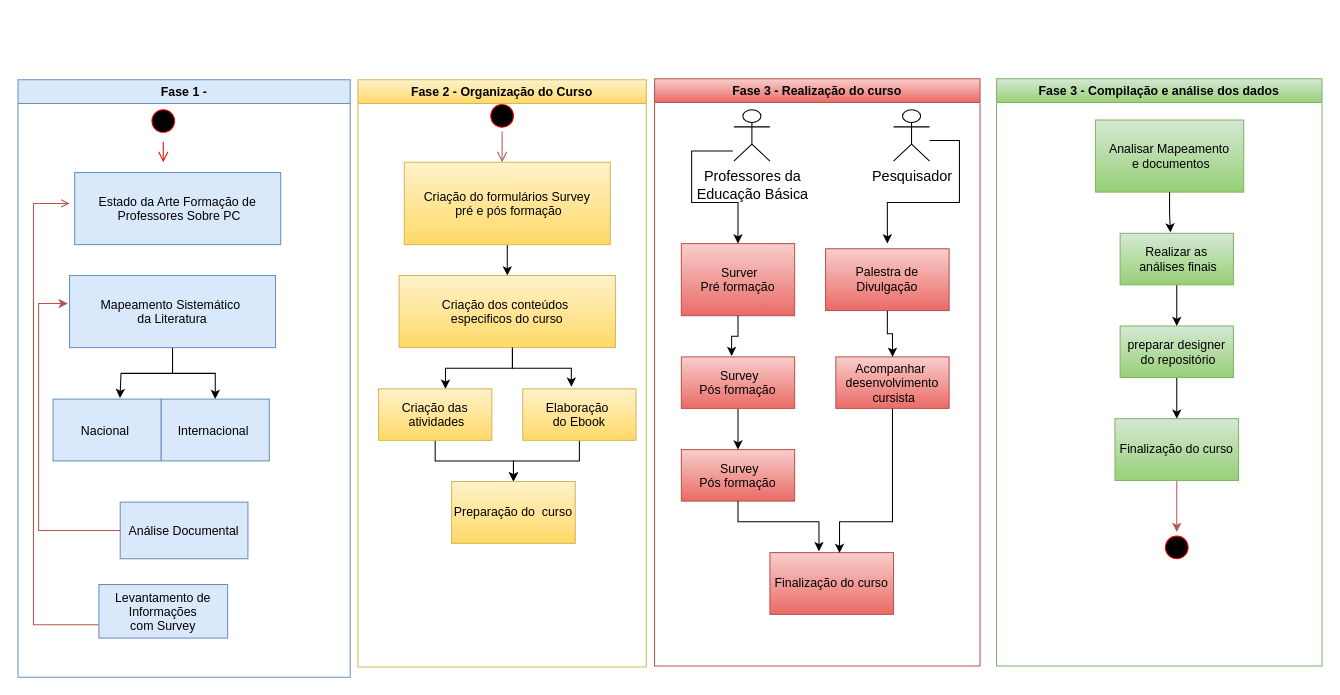
Before: Diagrama formação continuada.drawio in RosianeSangali/RosianeSangali, a draw.io diagram. Source tidied: cells renumbered, new cells numbered last; positions are measured from the earlier drawing's top-left corner, leaving out a move shared by most shapes. Both pictures are drawn from the tidied source at 103%, with x=0, y=0 at pixel (18, 78).
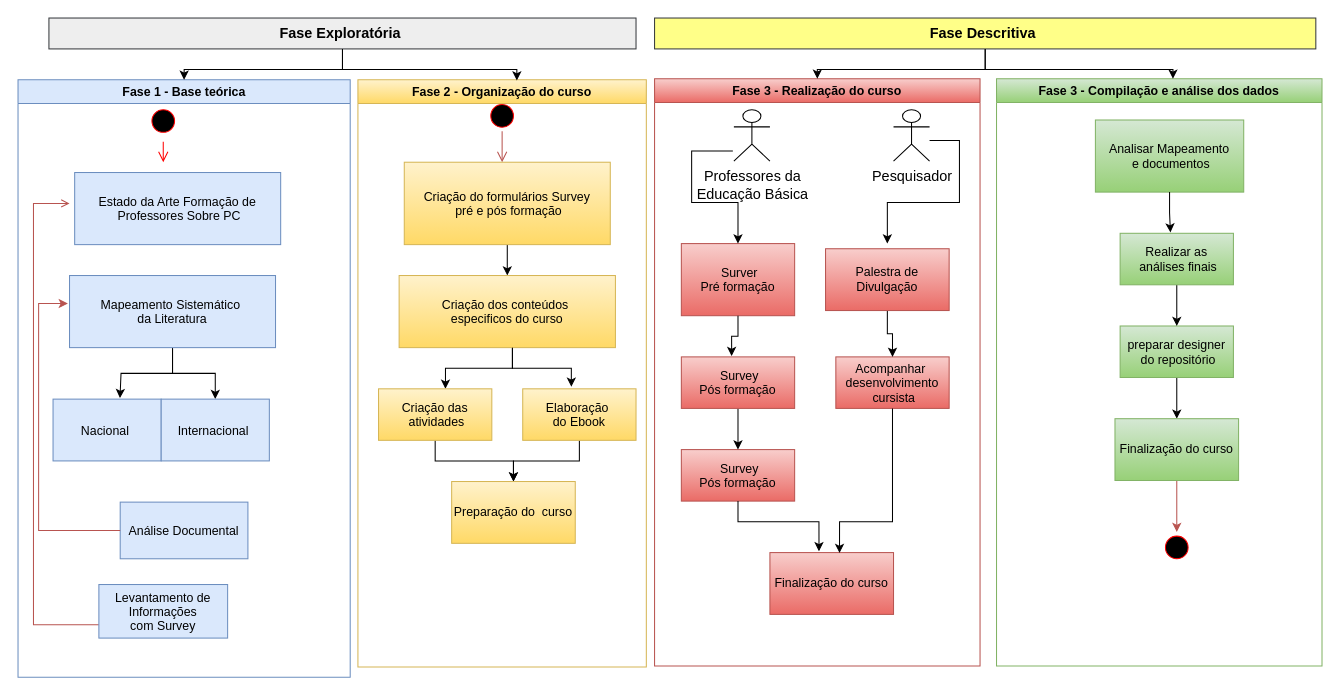
Above is the later version.

The change refers to these unchanged cells:
```xml
<mxCell id="28" value="Fase 3 - Realização do curso" style="swimlane;whiteSpace=wrap;fillColor=#f8cecc;gradientColor=#ea6b66;strokeColor=#b85450;" parent="1" vertex="1">
  <mxGeometry x="618" width="316" height="570" as="geometry" />
</mxCell>
<mxCell id="44" value="Fase 3 - Compilação e análise dos dados" style="swimlane;whiteSpace=wrap;fillColor=#d5e8d4;gradientColor=#97d077;strokeColor=#82b366;" parent="1" vertex="1">
  <mxGeometry x="950" width="316" height="570" as="geometry" />
</mxCell>
```

What changed in the source:
```diff
@@
-    <mxCell id="2" value="Fase 1 -" style="swimlane;whiteSpace=wrap;startSize=23;fillColor=#dae8fc;strokeColor=#6c8ebf;" parent="1" vertex="1">
+    <mxCell id="2" value="Fase 1 - Base teórica" style="swimlane;whiteSpace=wrap;startSize=23;fillColor=#dae8fc;strokeColor=#6c8ebf;" parent="1" vertex="1">
       <mxGeometry y="1" width="322.5" height="580" as="geometry" />
     </mxCell>
@@
-    <mxCell id="15" value="Fase 2 - Organização do Curso" style="swimlane;whiteSpace=wrap;fillColor=#fff2cc;strokeColor=#d6b656;gradientColor=#ffd966;" parent="1" vertex="1">
+    <mxCell id="15" value="Fase 2 - Organização do curso" style="swimlane;whiteSpace=wrap;fillColor=#fff2cc;strokeColor=#d6b656;gradientColor=#ffd966;" parent="1" vertex="1">
       <mxGeometry x="330" y="1" width="280" height="570" as="geometry" />
     </mxCell>
@@
+    <mxCell id="54" style="edgeStyle=orthogonalEdgeStyle;rounded=0;jettySize=auto;html=1;entryX=0.5;entryY=0;entryDx=0;entryDy=0;" parent="1" edge="1" source="55" target="2">
+      <mxGeometry relative="1" as="geometry" />
+    </mxCell>
+    <mxCell id="55" value="&lt;b&gt;&lt;font style=&quot;font-size: 14px;&quot;&gt;Fase Exploratória&amp;nbsp;&lt;/font&gt;&lt;/b&gt;" style="text;html=1;align=center;verticalAlign=middle;whiteSpace=wrap;rounded=0;fillColor=#eeeeee;strokeColor=#36393d;" parent="1" vertex="1">
+      <mxGeometry x="30" y="-59" width="570" height="30" as="geometry" />
+    </mxCell>
+    <mxCell id="56" style="edgeStyle=orthogonalEdgeStyle;rounded=0;jettySize=auto;html=1;entryX=0.5;entryY=0;entryDx=0;entryDy=0;" parent="1" edge="1" source="57" target="28">
+      <mxGeometry relative="1" as="geometry" />
+    </mxCell>
+    <mxCell id="57" value="&lt;font style=&quot;font-size: 14px;&quot;&gt;&lt;b&gt;Fase Descritiva&amp;nbsp;&lt;/b&gt;&lt;/font&gt;" style="text;html=1;align=center;verticalAlign=middle;whiteSpace=wrap;rounded=0;fillColor=#ffff88;strokeColor=#36393d;" parent="1" vertex="1">
+      <mxGeometry x="618" y="-59" width="642" height="30" as="geometry" />
+    </mxCell>
+    <mxCell id="58" style="edgeStyle=orthogonalEdgeStyle;rounded=0;jettySize=auto;html=1;entryX=0.551;entryY=0.001;entryDx=0;entryDy=0;entryPerimeter=0;" parent="1" edge="1" source="55" target="15">
+      <mxGeometry relative="1" as="geometry" />
+    </mxCell>
+    <mxCell id="59" style="edgeStyle=orthogonalEdgeStyle;rounded=0;jettySize=auto;html=1;entryX=0.542;entryY=0;entryDx=0;entryDy=0;entryPerimeter=0;" parent="1" edge="1" source="57" target="44">
+      <mxGeometry relative="1" as="geometry" />
+    </mxCell>
```
